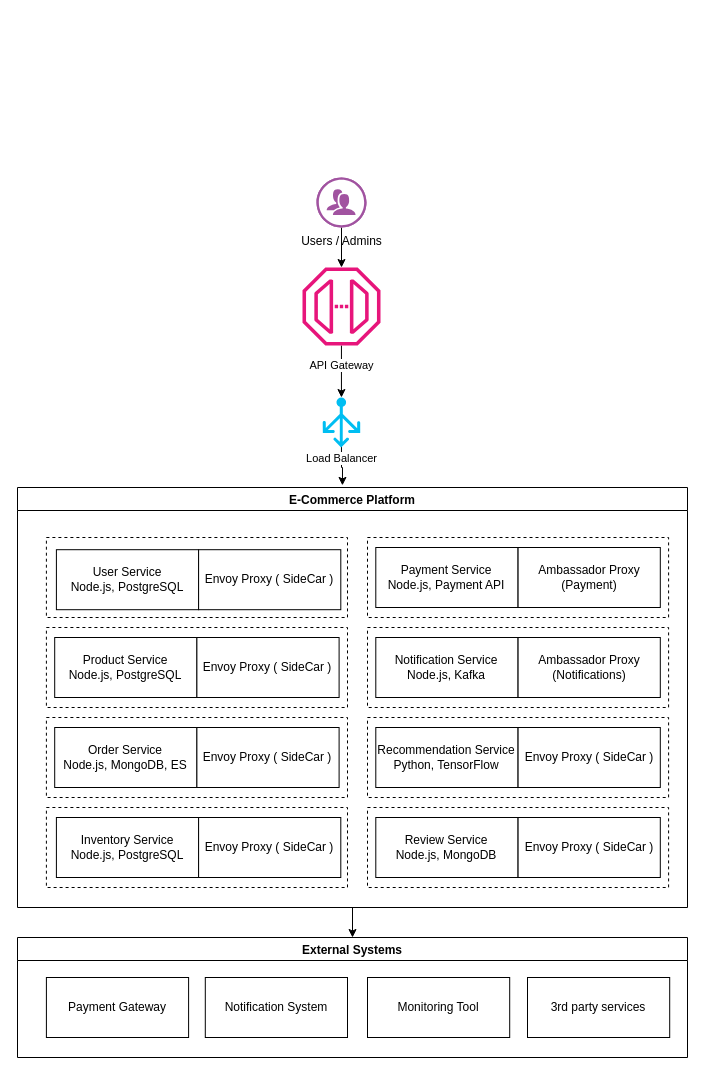
Above: page "Level 1" (1 of 3) of ABC C1.drawio in IlyaMoskva/diagrams (draw.io), before the change. Source tidied: cells renumbered, new cells numbered last; positions are measured from the earlier drawing's top-left corner, leaving out a move shared by most shapes. Both pictures are drawn from the tidied source at 100%, with x=0, y=0 at pixel (17, 177).
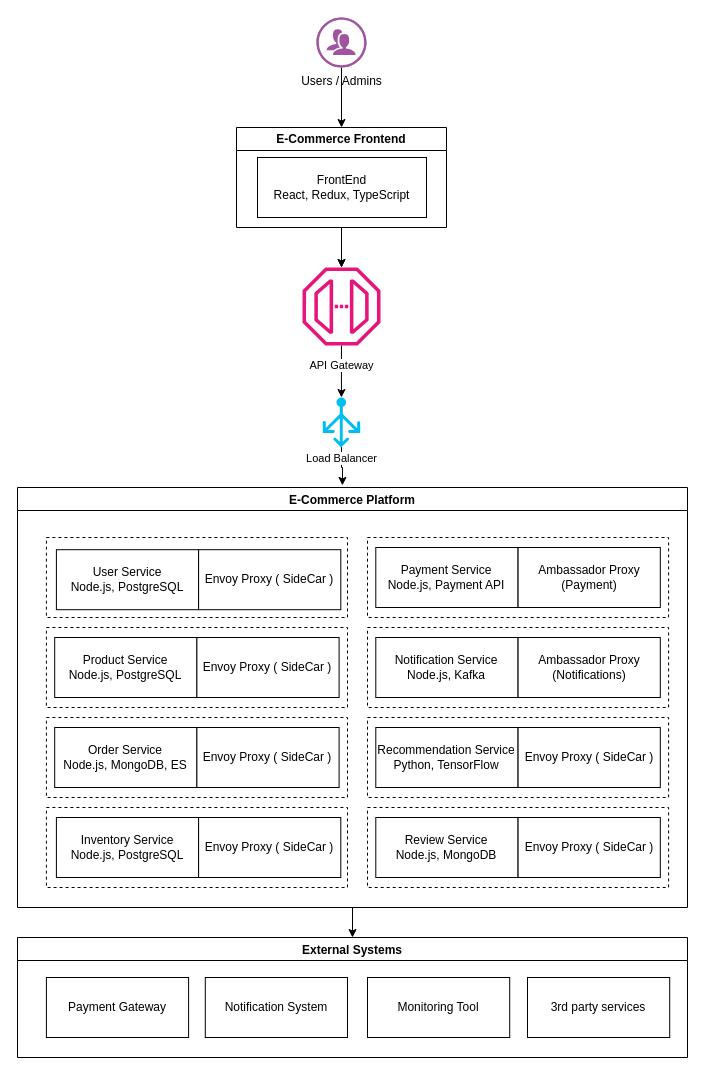
The same diagram, later.

The change refers to these unchanged cells:
```xml
<mxCell id="32" style="sketch=0;outlineConnect=0;fontColor=#232F3E;gradientColor=none;fillColor=#E7157B;strokeColor=none;dashed=0;verticalLabelPosition=bottom;verticalAlign=top;align=center;html=1;fontSize=12;fontStyle=0;shape=mxgraph.aws4.endpoint;" parent="1" vertex="1">
  <mxGeometry x="285" y="90" width="78" height="78" as="geometry" />
</mxCell>
```

The edit, as a diff of the source:
```diff
@@
-    <mxCell id="34" style="edgeStyle=orthogonalEdgeStyle;rounded=0;jettySize=auto;html=1;" parent="1" edge="1" source="35" target="32">
+    <mxCell id="34" style="edgeStyle=orthogonalEdgeStyle;rounded=0;jettySize=auto;html=1;" parent="1" edge="1" source="35" target="43">
       <mxGeometry relative="1" as="geometry" />
     </mxCell>
     <mxCell id="35" value="Users / Admins" style="verticalLabelPosition=bottom;sketch=0;html=1;fillColor=#A153A0;strokeColor=#ffffff;verticalAlign=top;align=center;points=[[0,0.5,0],[0.125,0.25,0],[0.25,0,0],[0.5,0,0],[0.75,0,0],[0.875,0.25,0],[1,0.5,0],[0.875,0.75,0],[0.75,1,0],[0.5,1,0],[0.125,0.75,0]];shape=mxgraph.cisco_safe.compositeIcon;bgIcon=ellipse;resIcon=mxgraph.cisco_safe.design.users;" parent="1" vertex="1">
-      <mxGeometry x="299" width="50" height="50" as="geometry" />
+      <mxGeometry x="299" y="-160" width="50" height="50" as="geometry" />
     </mxCell>
@@
+    <mxCell id="41" style="edgeStyle=orthogonalEdgeStyle;rounded=0;jettySize=auto;html=1;" parent="1" edge="1" source="43" target="32">
+      <mxGeometry relative="1" as="geometry" />
+    </mxCell>
+    <mxCell id="42" style="edgeStyle=orthogonalEdgeStyle;rounded=0;jettySize=auto;html=1;" parent="1" edge="1" source="43" target="32">
+      <mxGeometry relative="1" as="geometry" />
+    </mxCell>
+    <mxCell id="43" value="E-Commerce Frontend" style="swimlane;whiteSpace=wrap;html=1;" parent="1" vertex="1">
+      <mxGeometry x="219" y="-50" width="210" height="100" as="geometry" />
+    </mxCell>
+    <mxCell id="44" value="FrontEnd&lt;div&gt;React, Redux, TypeScript&lt;/div&gt;" style="whiteSpace=wrap;html=1;" parent="43" vertex="1">
+      <mxGeometry x="21" y="30" width="169" height="60" as="geometry" />
+    </mxCell>
```
